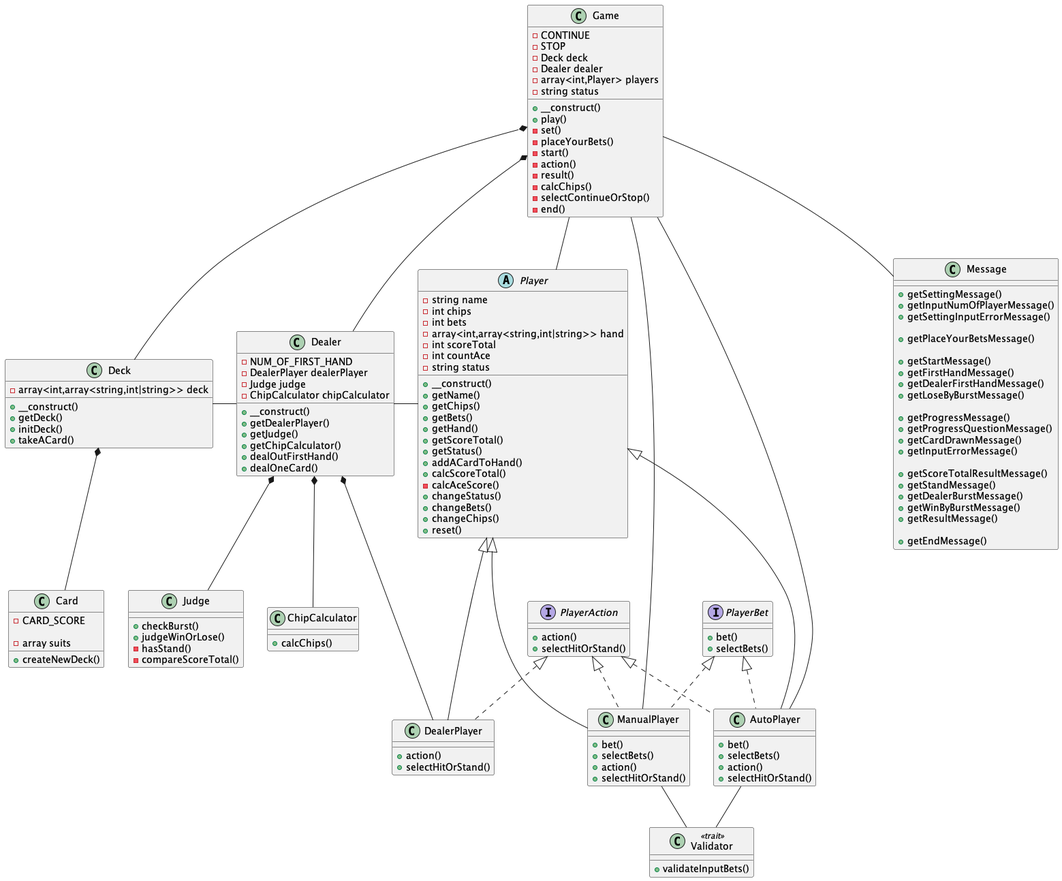
The PlantUML diagram out/docs/class/Blackjack.png in ryamate/php-oop-cli-blackjack, before a commit.
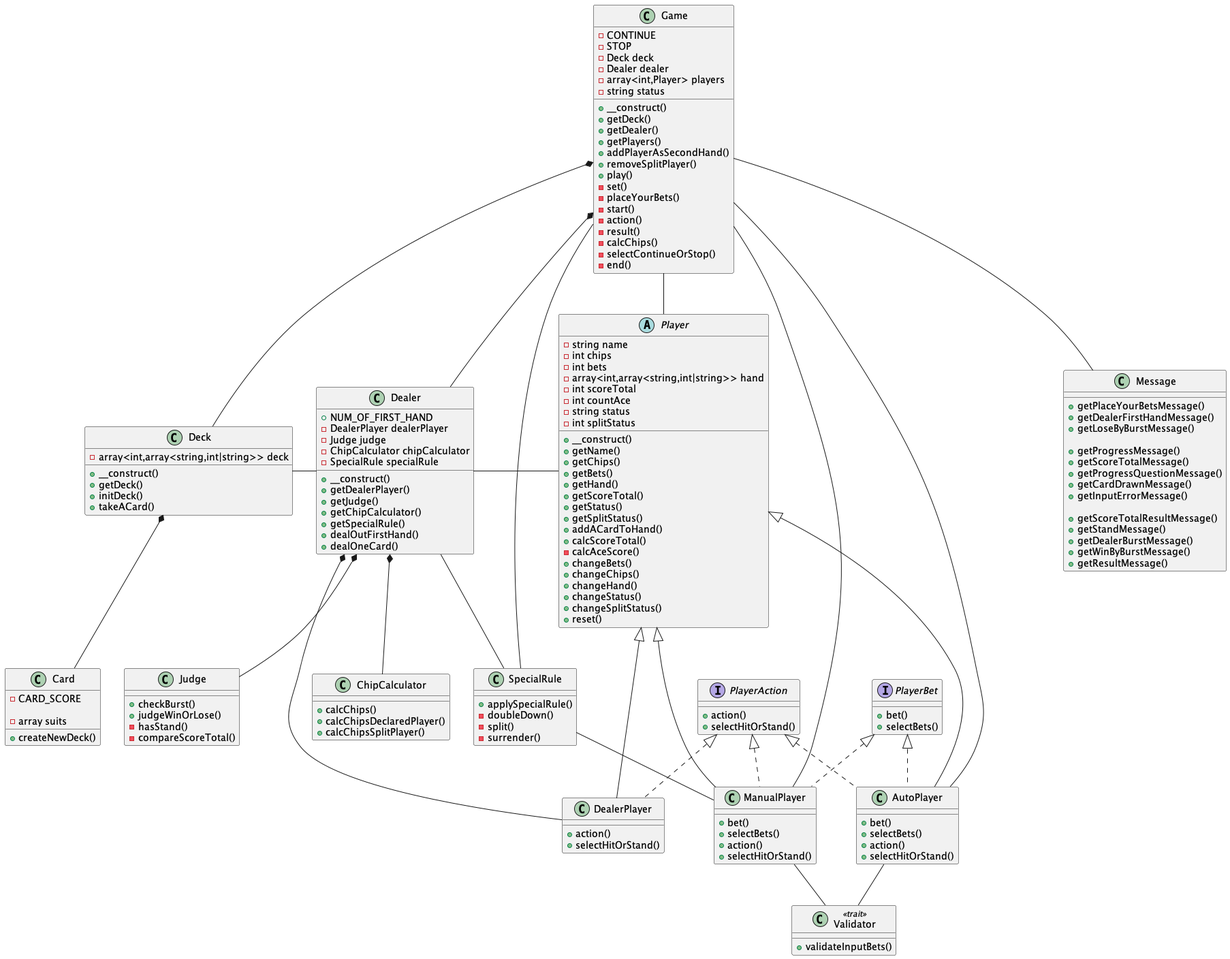
The same diagram one commit later.

The edit, as a diff of the source:
```diff
@@ -9,6 +9,11 @@
   -string status
 
   +__construct()
+  +getDeck()
+  +getDealer()
+  +getPlayers()
+  +addPlayerAsSecondHand()
+  +removeSplitPlayer()
   +play()
   -set()
   -placeYourBets()
@@ -37,15 +42,17 @@
 }
 
 class Dealer {
-  -NUM_OF_FIRST_HAND
+  +NUM_OF_FIRST_HAND
   -DealerPlayer dealerPlayer
   -Judge judge
   -ChipCalculator chipCalculator
+  -SpecialRule specialRule
 
   +__construct()
   +getDealerPlayer()
   +getJudge()
   +getChipCalculator()
+  +getSpecialRule()
   +dealOutFirstHand()
   +dealOneCard()
 }
@@ -59,6 +66,16 @@
 
 class ChipCalculator {
   +calcChips()
+  +calcChipsDeclaredPlayer()
+  +calcChipsSplitPlayer()
+}
+
+class SpecialRule {
+  +applySpecialRule()
+  -doubleDown()
+  -split()
+  -surrender()
+
 }
 
 abstract Player {
@@ -69,6 +86,7 @@
   -int scoreTotal
   -int countAce
   -string status
+  -int splitStatus
 
   +__construct()
   +getName()
@@ -77,12 +95,15 @@
   +getHand()
   +getScoreTotal()
   +getStatus()
+  +getSplitStatus()
   +addACardToHand()
   +calcScoreTotal()
   -calcAceScore()
-  +changeStatus()
   +changeBets()
   +changeChips()
+  +changeHand()
+  +changeStatus()
+  +changeSplitStatus()
   +reset()
 }
 
@@ -120,18 +141,12 @@
 }
 
 class Message {
-  +getSettingMessage()
-  +getInputNumOfPlayerMessage()
-  +getSettingInputErrorMessage()
-
   +getPlaceYourBetsMessage()
-
-  +getStartMessage()
-  +getFirstHandMessage()
   +getDealerFirstHandMessage()
   +getLoseByBurstMessage()
 
   +getProgressMessage()
+  +getScoreTotalMessage()
   +getProgressQuestionMessage()
   +getCardDrawnMessage()
   +getInputErrorMessage()
@@ -141,8 +156,6 @@
   +getDealerBurstMessage()
   +getWinByBurstMessage()
   +getResultMessage()
-
-  +getEndMessage()
 }
 
 Game *-- Deck
@@ -152,6 +165,9 @@
 Dealer - Player
 Dealer *-- Judge
 Dealer *-- ChipCalculator
+Dealer -- SpecialRule
+Game -- SpecialRule
+SpecialRule -- ManualPlayer
 Dealer *-- DealerPlayer
 Game -- Player
 Game --- ManualPlayer
```
